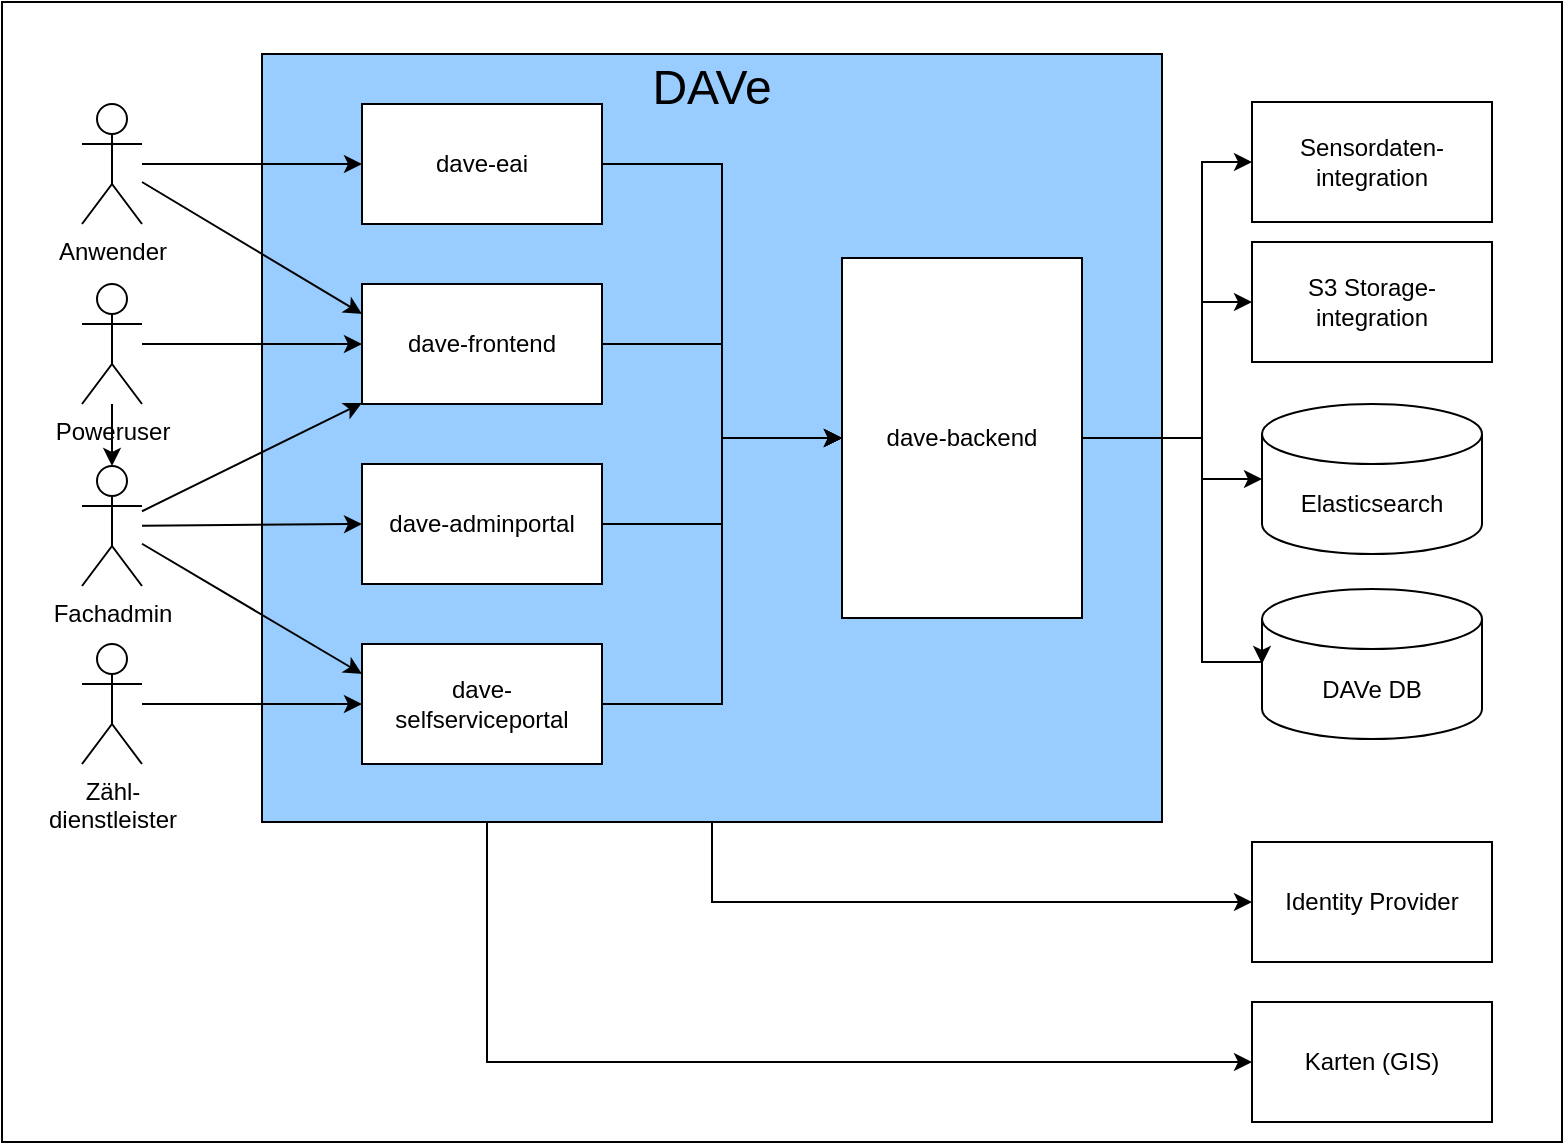
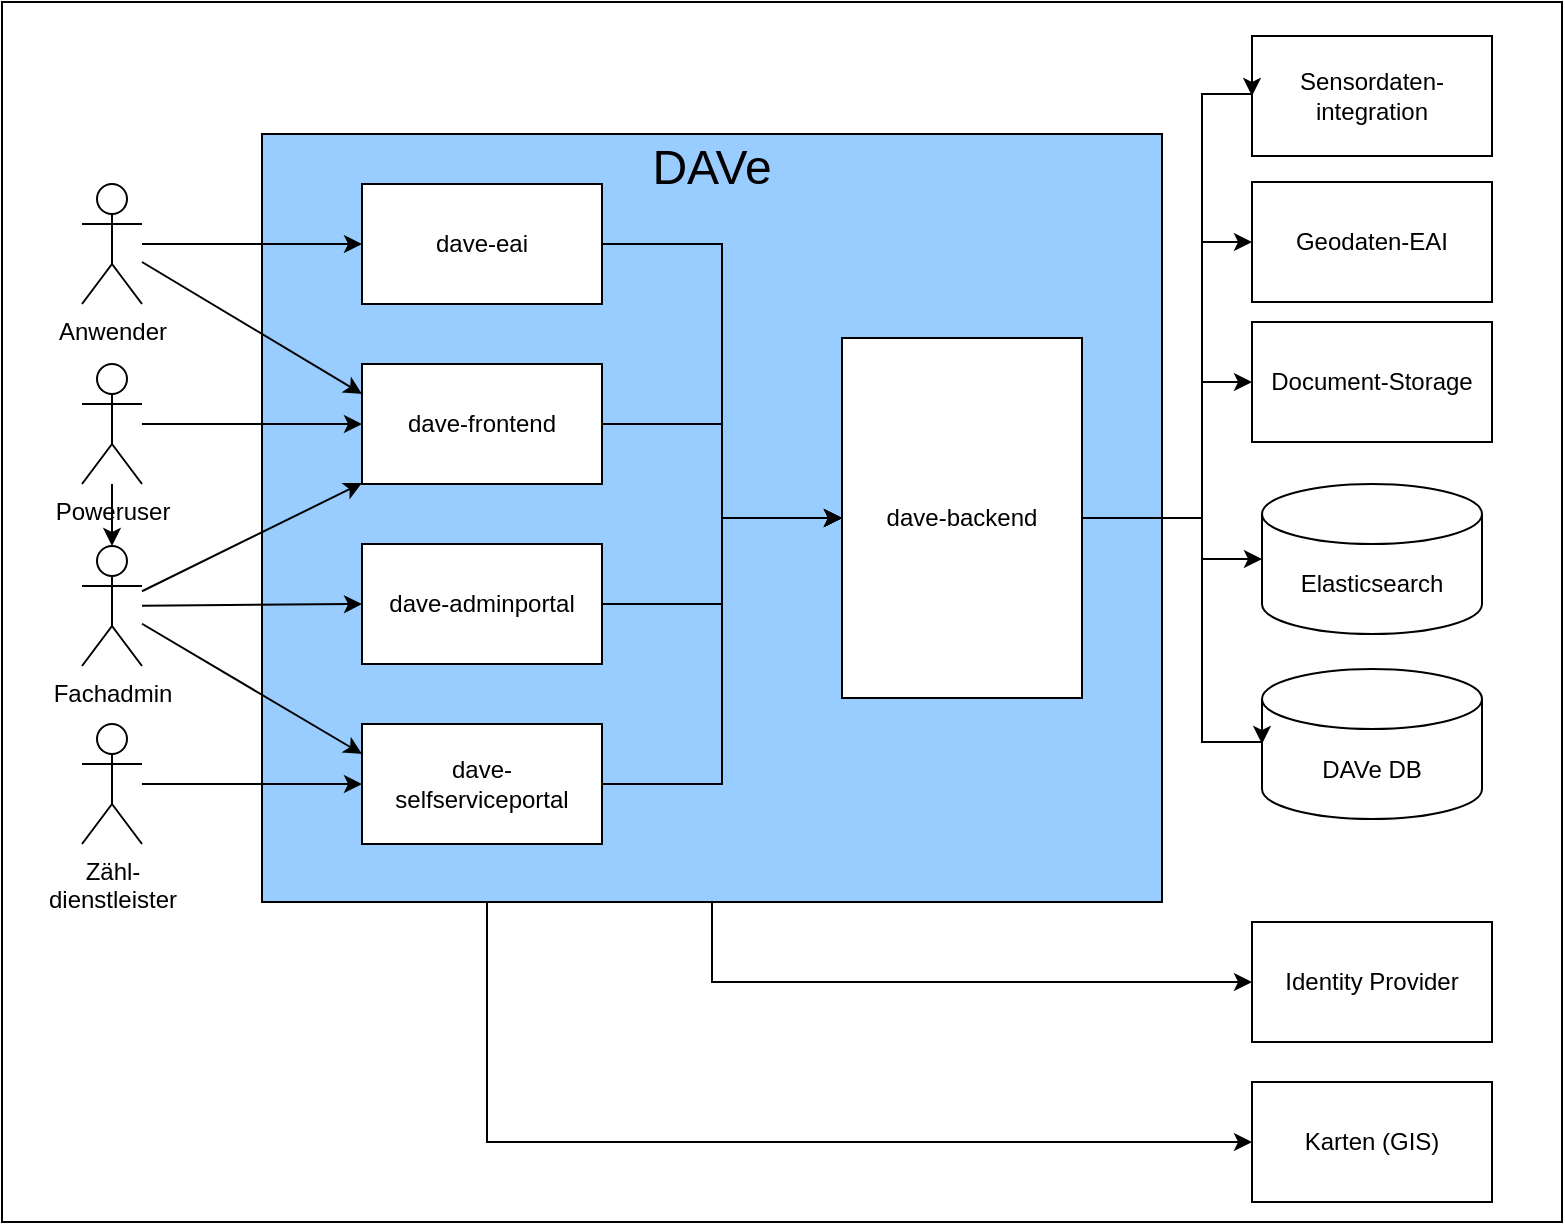
<mxfile host="Electron" agent="Mozilla/5.0 (Windows NT 10.0; Win64; x64) AppleWebKit/537.36 (KHTML, like Gecko) draw.io/27.0.5 Chrome/134.0.6998.205 Electron/35.3.0 Safari/537.36" version="27.0.5">
  <diagram name="Seite-1" id="ojCsiEdfWkuSPPQZoMoe">
-     <mxGraphModel dx="1785" dy="561" grid="1" gridSize="10" guides="1" tooltips="1" connect="1" arrows="1" fold="1" page="1" pageScale="1" pageWidth="827" pageHeight="1169" math="0" shadow="0">
+     <mxGraphModel dx="2108" dy="770" grid="1" gridSize="10" guides="1" tooltips="1" connect="1" arrows="1" fold="1" page="1" pageScale="1" pageWidth="827" pageHeight="1169" math="0" shadow="0">
      <root>
        <mxCell id="0" />
        <mxCell id="1" parent="0" />
        <mxCell id="KnmTlxItXMSz-s30MJJW-1" value="" style="rounded=0;whiteSpace=wrap;html=1;fillColor=light-dark(#FFFFFF,#FFFFFF);container=0;" parent="1" vertex="1">
-           <mxGeometry x="-50" y="220" width="780" height="570" as="geometry" />
+           <mxGeometry x="-50" y="180" width="780" height="610" as="geometry" />
        </mxCell>
-         <mxCell id="KnmTlxItXMSz-s30MJJW-10" value="&lt;font style=&quot;color: light-dark(rgb(0, 0, 0), rgb(0, 0, 0));&quot;&gt;Sensordaten-integration&lt;/font&gt;" style="rounded=0;whiteSpace=wrap;html=1;fillColor=none;strokeColor=light-dark(#000000,#000000);container=0;" parent="1" vertex="1">
+         <mxCell id="KnmTlxItXMSz-s30MJJW-10" value="&lt;font style=&quot;color: light-dark(rgb(0, 0, 0), rgb(0, 0, 0));&quot;&gt;Geodaten-EAI&lt;/font&gt;" style="rounded=0;whiteSpace=wrap;html=1;fillColor=none;strokeColor=light-dark(#000000,#000000);container=0;" parent="1" vertex="1">
          <mxGeometry x="575" y="270" width="120" height="60" as="geometry" />
        </mxCell>
        <mxCell id="KnmTlxItXMSz-s30MJJW-3" value="Fachadmin" style="shape=umlActor;verticalLabelPosition=bottom;verticalAlign=top;html=1;outlineConnect=0;fontColor=light-dark(#000000,#000000);strokeColor=light-dark(#000000,#000000);fillColor=none;container=0;" parent="1" vertex="1">
          <mxGeometry x="-10" y="452" width="30" height="60" as="geometry" />
        </mxCell>
        <mxCell id="KnmTlxItXMSz-s30MJJW-5" value="Zähl-&lt;br&gt;dienstleister" style="shape=umlActor;verticalLabelPosition=bottom;verticalAlign=top;html=1;outlineConnect=0;strokeColor=light-dark(#000000,#000000);fontColor=light-dark(#000000,#000000);fillColor=none;container=0;" parent="1" vertex="1">
          <mxGeometry x="-10" y="541" width="30" height="60" as="geometry" />
        </mxCell>
        <mxCell id="BpEKp0r3a0N5jhUWhxLq-10" style="edgeStyle=orthogonalEdgeStyle;rounded=0;orthogonalLoop=1;jettySize=auto;html=1;exitX=0.5;exitY=1;exitDx=0;exitDy=0;entryX=0;entryY=0.5;entryDx=0;entryDy=0;strokeColor=light-dark(#000000,#000000);" parent="1" source="KnmTlxItXMSz-s30MJJW-8" target="BpEKp0r3a0N5jhUWhxLq-9" edge="1">
          <mxGeometry relative="1" as="geometry" />
        </mxCell>
        <mxCell id="KnmTlxItXMSz-s30MJJW-8" value="&lt;font style=&quot;font-size: 24px; color: light-dark(rgb(0, 0, 0), rgb(0, 0, 0));&quot;&gt;DAVe&lt;/font&gt;&lt;div&gt;&lt;font style=&quot;color: light-dark(rgb(0, 0, 0), rgb(0, 0, 0));&quot; size=&quot;3&quot;&gt;&lt;br&gt;&lt;/font&gt;&lt;/div&gt;&lt;div&gt;&lt;font style=&quot;color: light-dark(rgb(0, 0, 0), rgb(0, 0, 0));&quot; size=&quot;3&quot;&gt;&lt;br&gt;&lt;/font&gt;&lt;/div&gt;&lt;div&gt;&lt;font style=&quot;color: light-dark(rgb(0, 0, 0), rgb(0, 0, 0));&quot; size=&quot;3&quot;&gt;&lt;br&gt;&lt;/font&gt;&lt;/div&gt;&lt;div&gt;&lt;font style=&quot;color: light-dark(rgb(0, 0, 0), rgb(0, 0, 0));&quot; size=&quot;3&quot;&gt;&lt;br&gt;&lt;/font&gt;&lt;/div&gt;&lt;div&gt;&lt;font style=&quot;color: light-dark(rgb(0, 0, 0), rgb(0, 0, 0));&quot; size=&quot;3&quot;&gt;&lt;br&gt;&lt;/font&gt;&lt;/div&gt;&lt;div&gt;&lt;font style=&quot;color: light-dark(rgb(0, 0, 0), rgb(0, 0, 0));&quot; size=&quot;3&quot;&gt;&lt;br&gt;&lt;/font&gt;&lt;/div&gt;&lt;div&gt;&lt;font style=&quot;color: light-dark(rgb(0, 0, 0), rgb(0, 0, 0));&quot; size=&quot;3&quot;&gt;&lt;br&gt;&lt;/font&gt;&lt;/div&gt;&lt;div&gt;&lt;font style=&quot;color: light-dark(rgb(0, 0, 0), rgb(0, 0, 0));&quot; size=&quot;3&quot;&gt;&lt;br&gt;&lt;/font&gt;&lt;/div&gt;&lt;div&gt;&lt;br&gt;&lt;/div&gt;&lt;div&gt;&lt;font style=&quot;color: light-dark(rgb(0, 0, 0), rgb(0, 0, 0));&quot; size=&quot;3&quot;&gt;&lt;br&gt;&lt;/font&gt;&lt;/div&gt;&lt;div&gt;&lt;font style=&quot;color: light-dark(rgb(0, 0, 0), rgb(0, 0, 0));&quot; size=&quot;3&quot;&gt;&lt;br&gt;&lt;/font&gt;&lt;/div&gt;&lt;div&gt;&lt;font style=&quot;color: light-dark(rgb(0, 0, 0), rgb(0, 0, 0));&quot; size=&quot;3&quot;&gt;&lt;br&gt;&lt;/font&gt;&lt;/div&gt;&lt;div&gt;&lt;font style=&quot;color: light-dark(rgb(0, 0, 0), rgb(0, 0, 0));&quot; size=&quot;3&quot;&gt;&lt;br&gt;&lt;/font&gt;&lt;/div&gt;&lt;div&gt;&lt;font style=&quot;color: light-dark(rgb(0, 0, 0), rgb(0, 0, 0));&quot; size=&quot;3&quot;&gt;&lt;br&gt;&lt;/font&gt;&lt;/div&gt;&lt;div&gt;&lt;font style=&quot;color: light-dark(rgb(0, 0, 0), rgb(0, 0, 0));&quot; size=&quot;3&quot;&gt;&lt;br&gt;&lt;/font&gt;&lt;/div&gt;&lt;div&gt;&lt;font style=&quot;color: light-dark(rgb(0, 0, 0), rgb(0, 0, 0));&quot;&gt;&lt;br&gt;&lt;/font&gt;&lt;/div&gt;&lt;div&gt;&lt;font style=&quot;color: light-dark(rgb(0, 0, 0), rgb(0, 0, 0));&quot; size=&quot;3&quot;&gt;&lt;br&gt;&lt;/font&gt;&lt;/div&gt;&lt;div&gt;&lt;font style=&quot;color: light-dark(rgb(0, 0, 0), rgb(0, 0, 0));&quot; size=&quot;3&quot;&gt;&lt;br&gt;&lt;/font&gt;&lt;/div&gt;&lt;div&gt;&lt;br&gt;&lt;/div&gt;" style="rounded=0;whiteSpace=wrap;html=1;fillColor=#99CCFF;strokeColor=#000000;container=0;" parent="1" vertex="1">
          <mxGeometry x="80" y="246" width="450" height="384" as="geometry" />
        </mxCell>
        <mxCell id="z4RPFUjubYknw4vLWnkp-3" value="" style="rounded=0;orthogonalLoop=1;jettySize=auto;html=1;strokeColor=light-dark(#000000,#000000);entryX=0;entryY=0.5;entryDx=0;entryDy=0;" parent="1" source="KnmTlxItXMSz-s30MJJW-12" target="KnmTlxItXMSz-s30MJJW-16" edge="1">
          <mxGeometry relative="1" as="geometry" />
        </mxCell>
        <mxCell id="z4RPFUjubYknw4vLWnkp-5" style="rounded=0;orthogonalLoop=1;jettySize=auto;html=1;entryX=0;entryY=0.25;entryDx=0;entryDy=0;strokeColor=light-dark(#000000,#000000);" parent="1" source="KnmTlxItXMSz-s30MJJW-12" target="KnmTlxItXMSz-s30MJJW-13" edge="1">
          <mxGeometry relative="1" as="geometry" />
        </mxCell>
        <mxCell id="KnmTlxItXMSz-s30MJJW-12" value="Anwender" style="shape=umlActor;verticalLabelPosition=bottom;verticalAlign=top;html=1;outlineConnect=0;strokeColor=light-dark(#000000,#000000);fontColor=light-dark(#000000,#000000);fillColor=none;container=0;" parent="1" vertex="1">
          <mxGeometry x="-10" y="271" width="30" height="60" as="geometry" />
        </mxCell>
        <mxCell id="z4RPFUjubYknw4vLWnkp-6" style="edgeStyle=orthogonalEdgeStyle;rounded=0;orthogonalLoop=1;jettySize=auto;html=1;exitX=1;exitY=0.5;exitDx=0;exitDy=0;entryX=0;entryY=0.5;entryDx=0;entryDy=0;strokeColor=light-dark(#000000,#000000);" parent="1" source="KnmTlxItXMSz-s30MJJW-13" target="KnmTlxItXMSz-s30MJJW-18" edge="1">
          <mxGeometry relative="1" as="geometry" />
        </mxCell>
        <mxCell id="KnmTlxItXMSz-s30MJJW-13" value="&lt;font color=&quot;#000000&quot;&gt;dave-frontend&lt;/font&gt;" style="rounded=0;whiteSpace=wrap;html=1;fillColor=#FFFFFF;strokeColor=light-dark(#000000,#000000);container=0;" parent="1" vertex="1">
          <mxGeometry x="130" y="361" width="120" height="60" as="geometry" />
        </mxCell>
        <mxCell id="z4RPFUjubYknw4vLWnkp-7" style="edgeStyle=orthogonalEdgeStyle;rounded=0;orthogonalLoop=1;jettySize=auto;html=1;exitX=1;exitY=0.5;exitDx=0;exitDy=0;entryX=0;entryY=0.5;entryDx=0;entryDy=0;strokeColor=light-dark(#000000,#000000);" parent="1" source="KnmTlxItXMSz-s30MJJW-14" target="KnmTlxItXMSz-s30MJJW-18" edge="1">
          <mxGeometry relative="1" as="geometry" />
        </mxCell>
        <mxCell id="KnmTlxItXMSz-s30MJJW-14" value="&lt;font color=&quot;#000000&quot;&gt;dave-adminportal&lt;/font&gt;" style="rounded=0;whiteSpace=wrap;html=1;fillColor=#FFFFFF;strokeColor=light-dark(#000000,#000000);container=0;" parent="1" vertex="1">
          <mxGeometry x="130" y="451" width="120" height="60" as="geometry" />
        </mxCell>
        <mxCell id="z4RPFUjubYknw4vLWnkp-8" style="edgeStyle=orthogonalEdgeStyle;rounded=0;orthogonalLoop=1;jettySize=auto;html=1;exitX=1;exitY=0.5;exitDx=0;exitDy=0;entryX=0;entryY=0.5;entryDx=0;entryDy=0;strokeColor=light-dark(#000000,#000000);" parent="1" source="KnmTlxItXMSz-s30MJJW-15" target="KnmTlxItXMSz-s30MJJW-18" edge="1">
          <mxGeometry relative="1" as="geometry" />
        </mxCell>
        <mxCell id="KnmTlxItXMSz-s30MJJW-15" value="&lt;font color=&quot;#000000&quot;&gt;dave-&lt;/font&gt;&lt;div&gt;&lt;font color=&quot;#000000&quot;&gt;selfserviceportal&lt;/font&gt;&lt;/div&gt;" style="rounded=0;whiteSpace=wrap;html=1;fillColor=#FFFFFF;strokeColor=light-dark(#000000,#000000);container=0;" parent="1" vertex="1">
          <mxGeometry x="130" y="541" width="120" height="60" as="geometry" />
        </mxCell>
        <mxCell id="z4RPFUjubYknw4vLWnkp-4" style="edgeStyle=orthogonalEdgeStyle;rounded=0;orthogonalLoop=1;jettySize=auto;html=1;exitX=1;exitY=0.5;exitDx=0;exitDy=0;entryX=0;entryY=0.5;entryDx=0;entryDy=0;strokeColor=light-dark(#000000,#000000);" parent="1" source="KnmTlxItXMSz-s30MJJW-16" target="KnmTlxItXMSz-s30MJJW-18" edge="1">
          <mxGeometry relative="1" as="geometry" />
        </mxCell>
        <mxCell id="KnmTlxItXMSz-s30MJJW-16" value="&lt;font color=&quot;#000000&quot;&gt;dave-eai&lt;/font&gt;" style="rounded=0;whiteSpace=wrap;html=1;fillColor=#FFFFFF;strokeColor=light-dark(#000000,#000000);container=0;" parent="1" vertex="1">
          <mxGeometry x="130" y="271" width="120" height="60" as="geometry" />
        </mxCell>
        <mxCell id="BpEKp0r3a0N5jhUWhxLq-1" style="edgeStyle=orthogonalEdgeStyle;rounded=0;orthogonalLoop=1;jettySize=auto;html=1;exitX=1;exitY=0.5;exitDx=0;exitDy=0;entryX=0;entryY=0.5;entryDx=0;entryDy=0;strokeColor=light-dark(#000000,#000000);" parent="1" source="KnmTlxItXMSz-s30MJJW-18" target="KnmTlxItXMSz-s30MJJW-10" edge="1">
          <mxGeometry relative="1" as="geometry">
            <Array as="points">
              <mxPoint x="550" y="438" />
              <mxPoint x="550" y="300" />
            </Array>
          </mxGeometry>
        </mxCell>
        <mxCell id="BpEKp0r3a0N5jhUWhxLq-8" style="edgeStyle=orthogonalEdgeStyle;rounded=0;orthogonalLoop=1;jettySize=auto;html=1;exitX=1;exitY=0.5;exitDx=0;exitDy=0;entryX=0;entryY=0.5;entryDx=0;entryDy=0;strokeColor=light-dark(#000000,#000000);" parent="1" source="KnmTlxItXMSz-s30MJJW-18" target="BpEKp0r3a0N5jhUWhxLq-6" edge="1">
          <mxGeometry relative="1" as="geometry">
            <Array as="points">
              <mxPoint x="550" y="438" />
              <mxPoint x="550" y="370" />
            </Array>
          </mxGeometry>
        </mxCell>
        <mxCell id="KnmTlxItXMSz-s30MJJW-18" value="&lt;font color=&quot;#000000&quot;&gt;dave-backend&lt;/font&gt;" style="rounded=0;whiteSpace=wrap;html=1;fillColor=#FFFFFF;strokeColor=light-dark(#000000,#000000);container=0;" parent="1" vertex="1">
          <mxGeometry x="370" y="348" width="120" height="180" as="geometry" />
        </mxCell>
        <mxCell id="z4RPFUjubYknw4vLWnkp-10" style="rounded=0;orthogonalLoop=1;jettySize=auto;html=1;strokeColor=light-dark(#000000,#000000);entryX=0;entryY=0.5;entryDx=0;entryDy=0;" parent="1" source="KnmTlxItXMSz-s30MJJW-3" target="KnmTlxItXMSz-s30MJJW-14" edge="1">
          <mxGeometry relative="1" as="geometry" />
        </mxCell>
        <mxCell id="z4RPFUjubYknw4vLWnkp-9" style="rounded=0;orthogonalLoop=1;jettySize=auto;html=1;entryX=0;entryY=0.5;entryDx=0;entryDy=0;strokeColor=light-dark(#000000,#000000);" parent="1" source="KnmTlxItXMSz-s30MJJW-5" target="KnmTlxItXMSz-s30MJJW-15" edge="1">
          <mxGeometry relative="1" as="geometry" />
        </mxCell>
        <mxCell id="BpEKp0r3a0N5jhUWhxLq-2" style="rounded=0;orthogonalLoop=1;jettySize=auto;html=1;strokeColor=light-dark(#000000,#000000);" parent="1" source="KnmTlxItXMSz-s30MJJW-3" target="KnmTlxItXMSz-s30MJJW-13" edge="1">
          <mxGeometry relative="1" as="geometry" />
        </mxCell>
        <mxCell id="BpEKp0r3a0N5jhUWhxLq-3" style="rounded=0;orthogonalLoop=1;jettySize=auto;html=1;entryX=0;entryY=0.25;entryDx=0;entryDy=0;strokeColor=light-dark(#000000,#000000);" parent="1" source="KnmTlxItXMSz-s30MJJW-3" target="KnmTlxItXMSz-s30MJJW-15" edge="1">
          <mxGeometry relative="1" as="geometry" />
        </mxCell>
        <mxCell id="BpEKp0r3a0N5jhUWhxLq-4" value="Elasticsearch" style="shape=cylinder3;whiteSpace=wrap;html=1;boundedLbl=1;backgroundOutline=1;size=15;fillColor=none;fontColor=light-dark(#000000,#000000);strokeColor=light-dark(#000000,#000000);" parent="1" vertex="1">
          <mxGeometry x="580" y="421" width="110" height="75" as="geometry" />
        </mxCell>
        <mxCell id="BpEKp0r3a0N5jhUWhxLq-5" value="DAVe DB" style="shape=cylinder3;whiteSpace=wrap;html=1;boundedLbl=1;backgroundOutline=1;size=15;fillColor=none;fontColor=light-dark(#000000,#000000);strokeColor=light-dark(#000000,#000000);" parent="1" vertex="1">
          <mxGeometry x="580" y="513.5" width="110" height="75" as="geometry" />
        </mxCell>
-         <mxCell id="BpEKp0r3a0N5jhUWhxLq-6" value="&lt;font style=&quot;color: light-dark(rgb(0, 0, 0), rgb(0, 0, 0));&quot;&gt;S3 Storage-integration&lt;/font&gt;" style="rounded=0;whiteSpace=wrap;html=1;fillColor=none;strokeColor=light-dark(#000000,#000000);container=0;" parent="1" vertex="1">
+         <mxCell id="BpEKp0r3a0N5jhUWhxLq-6" value="&lt;font style=&quot;color: light-dark(rgb(0, 0, 0), rgb(0, 0, 0));&quot;&gt;Document-Storage&lt;/font&gt;" style="rounded=0;whiteSpace=wrap;html=1;fillColor=none;strokeColor=light-dark(#000000,#000000);container=0;" parent="1" vertex="1">
          <mxGeometry x="575" y="340" width="120" height="60" as="geometry" />
        </mxCell>
        <mxCell id="BpEKp0r3a0N5jhUWhxLq-9" value="&lt;font style=&quot;color: light-dark(rgb(0, 0, 0), rgb(0, 0, 0));&quot;&gt;Identity Provider&lt;/font&gt;" style="rounded=0;whiteSpace=wrap;html=1;fillColor=none;strokeColor=light-dark(#000000,#000000);container=0;" parent="1" vertex="1">
          <mxGeometry x="575" y="640" width="120" height="60" as="geometry" />
        </mxCell>
        <mxCell id="BpEKp0r3a0N5jhUWhxLq-11" style="edgeStyle=orthogonalEdgeStyle;rounded=0;orthogonalLoop=1;jettySize=auto;html=1;exitX=1;exitY=0.5;exitDx=0;exitDy=0;entryX=0;entryY=0.5;entryDx=0;entryDy=0;entryPerimeter=0;strokeColor=light-dark(#000000,#000000);" parent="1" source="KnmTlxItXMSz-s30MJJW-18" target="BpEKp0r3a0N5jhUWhxLq-4" edge="1">
          <mxGeometry relative="1" as="geometry">
            <Array as="points">
              <mxPoint x="550" y="438" />
              <mxPoint x="550" y="459" />
            </Array>
          </mxGeometry>
        </mxCell>
        <mxCell id="BpEKp0r3a0N5jhUWhxLq-12" style="edgeStyle=orthogonalEdgeStyle;rounded=0;orthogonalLoop=1;jettySize=auto;html=1;exitX=1;exitY=0.5;exitDx=0;exitDy=0;entryX=0;entryY=0.5;entryDx=0;entryDy=0;entryPerimeter=0;strokeColor=light-dark(#000000,#000000);" parent="1" source="KnmTlxItXMSz-s30MJJW-18" target="BpEKp0r3a0N5jhUWhxLq-5" edge="1">
          <mxGeometry relative="1" as="geometry">
            <Array as="points">
              <mxPoint x="550" y="438" />
              <mxPoint x="550" y="550" />
            </Array>
          </mxGeometry>
        </mxCell>
        <mxCell id="Tnfn5jsNyb1vm1FIaoOP-2" style="edgeStyle=orthogonalEdgeStyle;rounded=0;orthogonalLoop=1;jettySize=auto;html=1;entryX=0;entryY=0.5;entryDx=0;entryDy=0;strokeColor=#000000;" parent="1" source="Tnfn5jsNyb1vm1FIaoOP-1" target="KnmTlxItXMSz-s30MJJW-13" edge="1">
          <mxGeometry relative="1" as="geometry" />
        </mxCell>
        <mxCell id="Tnfn5jsNyb1vm1FIaoOP-3" value="" style="edgeStyle=orthogonalEdgeStyle;rounded=0;orthogonalLoop=1;jettySize=auto;html=1;" parent="1" source="Tnfn5jsNyb1vm1FIaoOP-1" target="KnmTlxItXMSz-s30MJJW-3" edge="1">
          <mxGeometry relative="1" as="geometry" />
        </mxCell>
        <mxCell id="Tnfn5jsNyb1vm1FIaoOP-1" value="Poweruser" style="shape=umlActor;verticalLabelPosition=bottom;verticalAlign=top;html=1;outlineConnect=0;strokeColor=light-dark(#000000,#000000);fontColor=light-dark(#000000,#000000);fillColor=none;container=0;" parent="1" vertex="1">
          <mxGeometry x="-10" y="361" width="30" height="60" as="geometry" />
        </mxCell>
-         <mxCell id="YaN93xUsAyVQbkFhEalg-1" value="Karten (GIS)" style="rounded=0;whiteSpace=wrap;html=1;fillColor=none;strokeColor=light-dark(#000000,#000000);container=0;" vertex="1" parent="1">
+         <mxCell id="YaN93xUsAyVQbkFhEalg-1" value="Karten (GIS)" style="rounded=0;whiteSpace=wrap;html=1;fillColor=none;strokeColor=light-dark(#000000,#000000);container=0;" parent="1" vertex="1">
          <mxGeometry x="575" y="720" width="120" height="60" as="geometry" />
        </mxCell>
-         <mxCell id="YaN93xUsAyVQbkFhEalg-2" style="edgeStyle=orthogonalEdgeStyle;rounded=0;orthogonalLoop=1;jettySize=auto;html=1;exitX=0.25;exitY=1;exitDx=0;exitDy=0;entryX=0;entryY=0.5;entryDx=0;entryDy=0;strokeColor=light-dark(#000000,#000000);" edge="1" parent="1" source="KnmTlxItXMSz-s30MJJW-8" target="YaN93xUsAyVQbkFhEalg-1">
+         <mxCell id="YaN93xUsAyVQbkFhEalg-2" style="edgeStyle=orthogonalEdgeStyle;rounded=0;orthogonalLoop=1;jettySize=auto;html=1;exitX=0.25;exitY=1;exitDx=0;exitDy=0;entryX=0;entryY=0.5;entryDx=0;entryDy=0;strokeColor=light-dark(#000000,#000000);" parent="1" source="KnmTlxItXMSz-s30MJJW-8" target="YaN93xUsAyVQbkFhEalg-1" edge="1">
          <mxGeometry relative="1" as="geometry">
            <mxPoint x="143" y="710" as="sourcePoint" />
            <mxPoint x="413" y="750" as="targetPoint" />
+           </mxGeometry>
+         </mxCell>
+         <mxCell id="Yy_-GJcyjXqwGu1gSJdN-1" value="&lt;font style=&quot;color: light-dark(rgb(0, 0, 0), rgb(0, 0, 0));&quot;&gt;Sensordaten-integration&lt;/font&gt;" style="rounded=0;whiteSpace=wrap;html=1;fillColor=none;strokeColor=light-dark(#000000,#000000);container=0;" parent="1" vertex="1">
+           <mxGeometry x="575" y="197" width="120" height="60" as="geometry" />
+         </mxCell>
+         <mxCell id="Yy_-GJcyjXqwGu1gSJdN-2" style="edgeStyle=orthogonalEdgeStyle;rounded=0;orthogonalLoop=1;jettySize=auto;html=1;exitX=1;exitY=0.5;exitDx=0;exitDy=0;entryX=0;entryY=0.5;entryDx=0;entryDy=0;strokeColor=light-dark(#000000,#000000);" parent="1" target="Yy_-GJcyjXqwGu1gSJdN-1" edge="1">
+           <mxGeometry relative="1" as="geometry">
+             <Array as="points">
+               <mxPoint x="550" y="438" />
+               <mxPoint x="550" y="226" />
+             </Array>
+             <mxPoint x="490" y="438" as="sourcePoint" />
+             <mxPoint x="575" y="300" as="targetPoint" />
          </mxGeometry>
        </mxCell>
      </root>
    </mxGraphModel>
  </diagram>
</mxfile>
